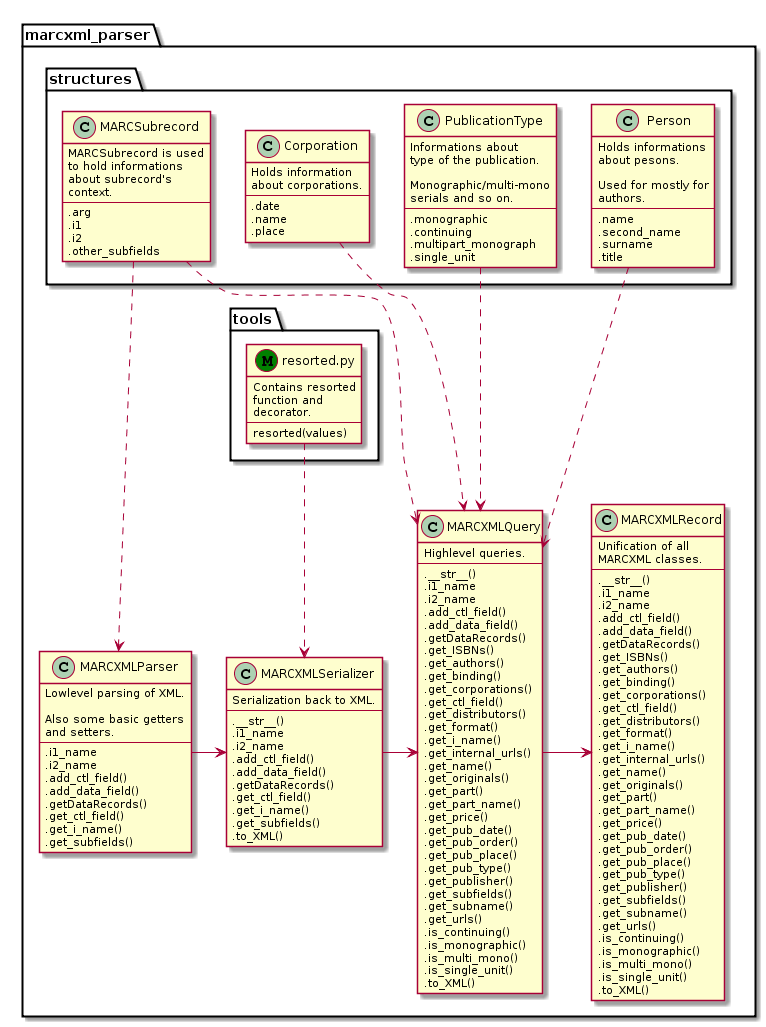
This is docs/_static/class_relations.png from edeposit/marcxml_parser, a PlantUML export, as it was before one commit.
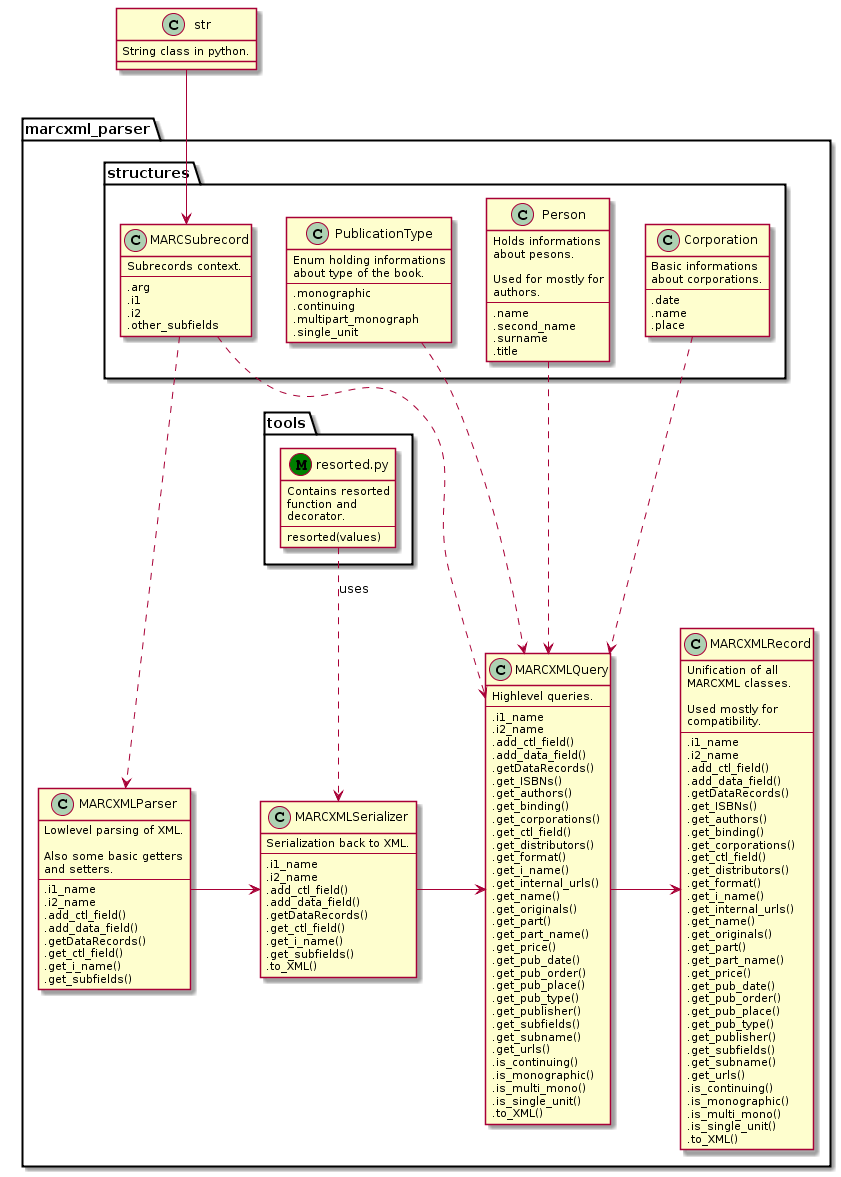
After the commit.

Commit message:
#1: Class diagram updated.

The edit, as a diff of the source:
```diff
@@ -1,4 +1,8 @@
 @startuml
+class str {
+    String class in python.
+}
+
 package marcxml_parser {
     package structures {
         class Person {
@@ -14,7 +18,7 @@
             .title
         }
         class Corporation{
-            Holds information
+            Basic informations
             about corporations.
             ---
             .date
@@ -22,10 +26,7 @@
             .place
         }
         class MARCSubrecord {
-            MARCSubrecord is used
-            to hold informations
-            about subrecord's
-            context.
+            Subrecords context.
             ---
             .arg
             .i1
@@ -33,11 +34,8 @@
             .other_subfields
         }
         class PublicationType {
-            Informations about
-            type of the publication.
-
-            Monographic/multi-mono
-            serials and so on.
+            Enum holding informations
+            about type of the book.
             ---
             .monographic
             .continuing
@@ -76,7 +74,6 @@
     class MARCXMLSerializer {
         Serialization back to XML.
         ---
-        .__str__()
         .i1_name
         .i2_name
         .add_ctl_field()
@@ -90,7 +87,6 @@
     class MARCXMLQuery {
         Highlevel queries.
         ---
-        .__str__()
         .i1_name
         .i2_name
         .add_ctl_field()
@@ -127,8 +123,10 @@
     class MARCXMLRecord {
         Unification of all
         MARCXML classes.
+
+        Used mostly for
+        compatibility.
         ---
-        .__str__()
         .i1_name
         .i2_name
         .add_ctl_field()
@@ -164,7 +162,9 @@
     }
 }
 
-resorted .d.> MARCXMLSerializer
+str -d-> MARCSubrecord
+
+resorted .d.> MARCXMLSerializer: uses
 
 Person .d..> MARCXMLQuery
 Corporation .d..> MARCXMLQuery
```
